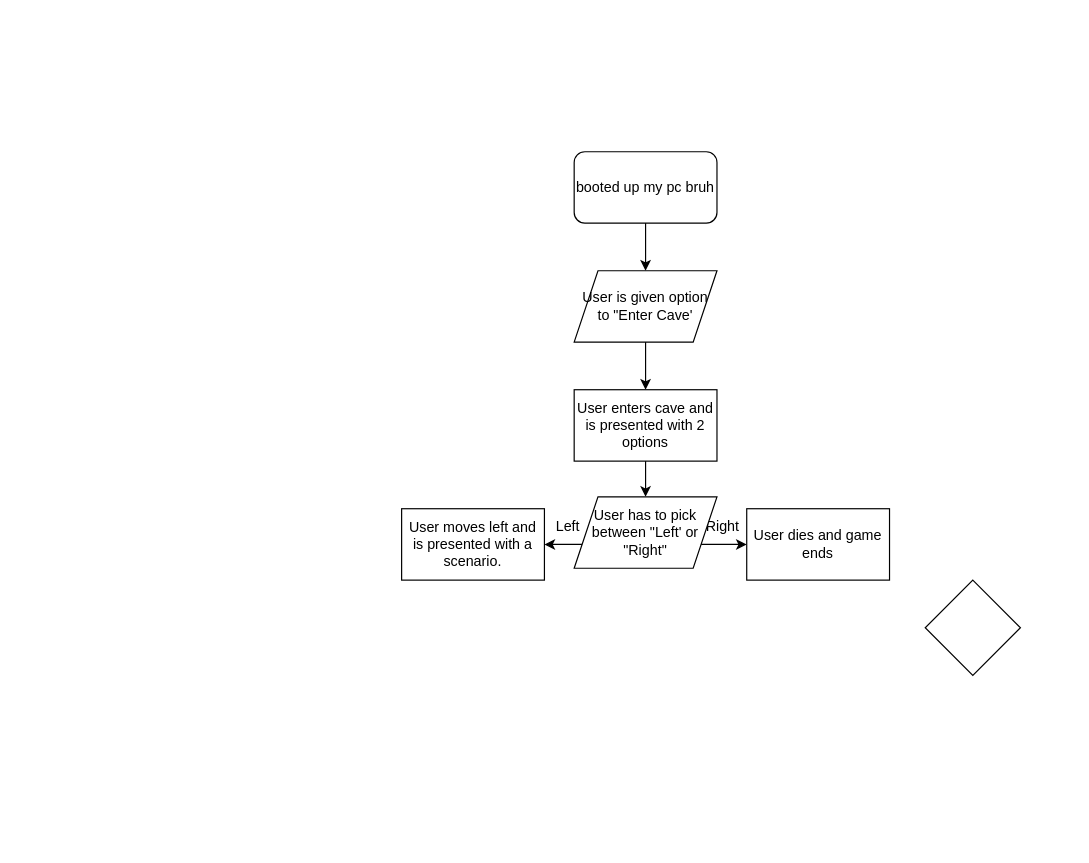
Earlier version of the draw.io diagram Untitled Diagram.drawio (staten-island-tech/api-project-TommyYu1557). Source tidied: cells renumbered, new cells numbered last; positions are measured from the earlier drawing's top-left corner, leaving out a move shared by most shapes. Both pictures are drawn from the tidied source at 119%, with x=0, y=0 at pixel (401, 151).
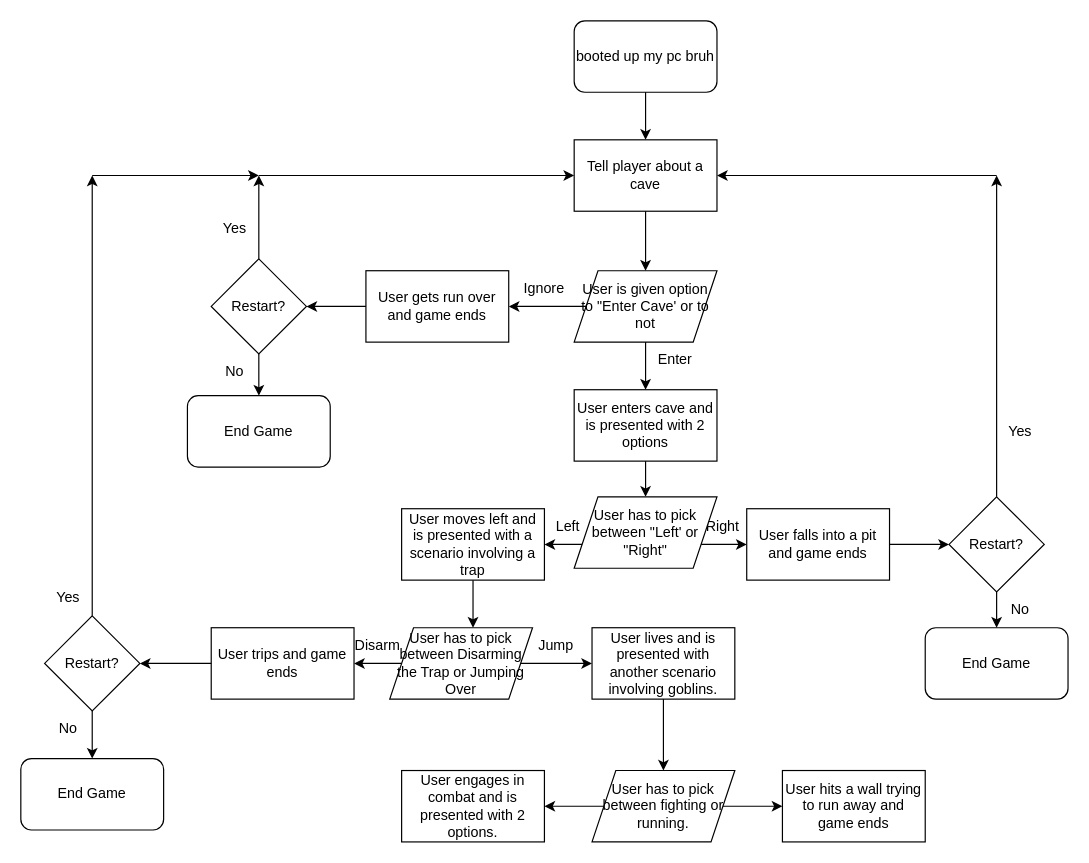
The same page after the edit.

The edit, as a diff of the source:
```diff
@@
     <mxCell id="2" value="booted up my pc bruh" style="rounded=1;whiteSpace=wrap;html=1;" parent="1" vertex="1">
-      <mxGeometry x="145" width="120" height="60" as="geometry" />
+      <mxGeometry x="145" y="-110" width="120" height="60" as="geometry" />
     </mxCell>
     <mxCell id="3" style="endArrow=classic;html=1;rounded=0;exitX=0.5;exitY=1;exitDx=0;exitDy=0;" parent="1" edge="1" source="2">
       <mxGeometry relative="1" as="geometry">
-        <mxPoint x="205" y="100" as="targetPoint" />
+        <mxPoint x="205" y="-10" as="targetPoint" />
       </mxGeometry>
     </mxCell>
-    <mxCell id="4" value="&lt;font style=&quot;font-size: 12px;&quot;&gt;User is given option to &quot;Enter Cave'&lt;/font&gt;" style="shape=parallelogram;perimeter=parallelogramPerimeter;whiteSpace=wrap;html=1;fixedSize=1;" parent="1" vertex="1">
+    <mxCell id="4" value="&lt;font style=&quot;font-size: 12px;&quot;&gt;User is given option to &quot;Enter Cave' or to not&lt;/font&gt;" style="shape=parallelogram;perimeter=parallelogramPerimeter;whiteSpace=wrap;html=1;fixedSize=1;" parent="1" vertex="1">
       <mxGeometry x="145" y="100" width="120" height="60" as="geometry" />
     </mxCell>
@@
-    <mxCell id="10" value="User moves left and is presented with a scenario." style="rounded=0;whiteSpace=wrap;html=1;" parent="1" vertex="1">
+    <mxCell id="10" value="User moves left and is presented with a scenario involving a trap" style="rounded=0;whiteSpace=wrap;html=1;" parent="1" vertex="1">
       <mxGeometry y="300" width="120" height="60" as="geometry" />
     </mxCell>
-    <mxCell id="11" value="User dies and game ends" style="rounded=0;whiteSpace=wrap;html=1;" parent="1" vertex="1">
+    <mxCell id="11" value="User falls into a pit and game ends" style="rounded=0;whiteSpace=wrap;html=1;" parent="1" vertex="1">
       <mxGeometry x="290" y="300" width="120" height="60" as="geometry" />
     </mxCell>
@@
-    <mxCell id="15" style="rhombus;whiteSpace=wrap;html=1;fontSize=12;" parent="1" vertex="1">
-      <mxGeometry x="440" y="360" width="80" height="80" as="geometry" />
+    <mxCell id="15" value="Restart?" style="rhombus;whiteSpace=wrap;html=1;fontSize=12;" parent="1" vertex="1">
+      <mxGeometry x="460" y="290" width="80" height="80" as="geometry" />
     </mxCell>
+    <mxCell id="16" style="endArrow=classic;html=1;rounded=0;fontSize=12;exitX=1;exitY=0.5;exitDx=0;exitDy=0;entryX=0;entryY=0.5;entryDx=0;entryDy=0;" parent="1" edge="1" source="11" target="15">
+      <mxGeometry relative="1" as="geometry" />
+    </mxCell>
+    <mxCell id="17" value="End Game" style="rounded=1;whiteSpace=wrap;html=1;fontSize=12;" parent="1" vertex="1">
+      <mxGeometry x="440" y="400" width="120" height="60" as="geometry" />
+    </mxCell>
+    <mxCell id="18" style="endArrow=classic;html=1;rounded=0;fontSize=12;exitX=0.5;exitY=1;exitDx=0;exitDy=0;entryX=0.5;entryY=0;entryDx=0;entryDy=0;" parent="1" edge="1" source="15" target="17">
+      <mxGeometry relative="1" as="geometry" />
+    </mxCell>
+    <mxCell id="19" value="Yes" style="text;html=1;strokeColor=none;fillColor=none;align=center;verticalAlign=middle;whiteSpace=wrap;rounded=0;fontSize=12;" parent="1" vertex="1">
+      <mxGeometry x="490" y="220" width="60" height="30" as="geometry" />
+    </mxCell>
+    <mxCell id="20" value="No" style="text;html=1;strokeColor=none;fillColor=none;align=center;verticalAlign=middle;whiteSpace=wrap;rounded=0;fontSize=12;" parent="1" vertex="1">
+      <mxGeometry x="490" y="370" width="60" height="30" as="geometry" />
+    </mxCell>
+    <mxCell id="21" value="Enter" style="text;html=1;strokeColor=none;fillColor=none;align=center;verticalAlign=middle;whiteSpace=wrap;rounded=0;fontSize=12;" parent="1" vertex="1">
+      <mxGeometry x="200" y="160" width="60" height="30" as="geometry" />
+    </mxCell>
+    <mxCell id="22" style="endArrow=classic;html=1;rounded=0;fontSize=12;exitX=0;exitY=0.5;exitDx=0;exitDy=0;" parent="1" edge="1" source="4">
+      <mxGeometry relative="1" as="geometry">
+        <mxPoint x="90" y="130" as="targetPoint" />
+      </mxGeometry>
+    </mxCell>
+    <mxCell id="23" value="Ignore" style="text;html=1;strokeColor=none;fillColor=none;align=center;verticalAlign=middle;whiteSpace=wrap;rounded=0;fontSize=12;" parent="1" vertex="1">
+      <mxGeometry x="90" y="100" width="60" height="30" as="geometry" />
+    </mxCell>
+    <mxCell id="24" value="User gets run over and game ends" style="rounded=0;whiteSpace=wrap;html=1;fontSize=12;" parent="1" vertex="1">
+      <mxGeometry x="-30" y="100" width="120" height="60" as="geometry" />
+    </mxCell>
+    <mxCell id="25" style="endArrow=classic;html=1;rounded=0;fontSize=12;exitX=0;exitY=0.5;exitDx=0;exitDy=0;" parent="1" edge="1" source="24">
+      <mxGeometry relative="1" as="geometry">
+        <mxPoint x="-80" y="130" as="targetPoint" />
+      </mxGeometry>
+    </mxCell>
+    <mxCell id="26" value="Restart?" style="rhombus;whiteSpace=wrap;html=1;fontSize=12;" parent="1" vertex="1">
+      <mxGeometry x="-160" y="90" width="80" height="80" as="geometry" />
+    </mxCell>
+    <mxCell id="27" value="Tell player about a cave" style="rounded=0;whiteSpace=wrap;html=1;fontSize=12;" parent="1" vertex="1">
+      <mxGeometry x="145" y="-10" width="120" height="60" as="geometry" />
+    </mxCell>
+    <mxCell id="28" style="endArrow=classic;html=1;rounded=0;fontSize=12;exitX=0.5;exitY=1;exitDx=0;exitDy=0;entryX=0.5;entryY=0;entryDx=0;entryDy=0;" parent="1" edge="1" source="27" target="4">
+      <mxGeometry relative="1" as="geometry" />
+    </mxCell>
+    <mxCell id="29" style="endArrow=classic;html=1;rounded=0;fontSize=12;exitX=0.5;exitY=0;exitDx=0;exitDy=0;" parent="1" edge="1" source="15">
+      <mxGeometry relative="1" as="geometry">
+        <mxPoint x="500" y="20" as="targetPoint" />
+      </mxGeometry>
+    </mxCell>
+    <mxCell id="30" style="endArrow=classic;html=1;rounded=0;fontSize=12;entryX=1;entryY=0.5;entryDx=0;entryDy=0;" parent="1" edge="1" target="27">
+      <mxGeometry relative="1" as="geometry">
+        <mxPoint x="500" y="20" as="sourcePoint" />
+      </mxGeometry>
+    </mxCell>
+    <mxCell id="31" style="endArrow=classic;html=1;rounded=0;fontSize=12;exitX=0.5;exitY=0;exitDx=0;exitDy=0;" parent="1" edge="1" source="26">
+      <mxGeometry relative="1" as="geometry">
+        <mxPoint x="-120" y="20" as="targetPoint" />
+      </mxGeometry>
+    </mxCell>
+    <mxCell id="32" style="endArrow=classic;html=1;rounded=0;fontSize=12;entryX=0;entryY=0.5;entryDx=0;entryDy=0;" parent="1" edge="1" target="27">
+      <mxGeometry relative="1" as="geometry">
+        <mxPoint x="-120" y="20" as="sourcePoint" />
+      </mxGeometry>
+    </mxCell>
+    <mxCell id="33" value="End Game" style="rounded=1;whiteSpace=wrap;html=1;fontSize=12;" parent="1" vertex="1">
+      <mxGeometry x="-180" y="205" width="120" height="60" as="geometry" />
+    </mxCell>
+    <mxCell id="34" style="endArrow=classic;html=1;rounded=0;fontSize=12;exitX=0.5;exitY=1;exitDx=0;exitDy=0;entryX=0.5;entryY=0;entryDx=0;entryDy=0;" parent="1" edge="1" source="26" target="33">
+      <mxGeometry relative="1" as="geometry" />
+    </mxCell>
+    <mxCell id="35" value="Yes" style="text;html=1;strokeColor=none;fillColor=none;align=center;verticalAlign=middle;whiteSpace=wrap;rounded=0;fontSize=12;" parent="1" vertex="1">
+      <mxGeometry x="-170" y="50" width="60" height="30" as="geometry" />
+    </mxCell>
+    <mxCell id="36" value="No" style="text;html=1;strokeColor=none;fillColor=none;align=center;verticalAlign=middle;whiteSpace=wrap;rounded=0;fontSize=12;" parent="1" vertex="1">
+      <mxGeometry x="-170" y="170" width="60" height="30" as="geometry" />
+    </mxCell>
+    <mxCell id="37" value="User has to pick between Disarming the Trap or Jumping Over" style="shape=parallelogram;perimeter=parallelogramPerimeter;whiteSpace=wrap;html=1;fixedSize=1;fontSize=12;" parent="1" vertex="1">
+      <mxGeometry x="-10" y="400" width="120" height="60" as="geometry" />
+    </mxCell>
+    <mxCell id="38" style="endArrow=classic;html=1;rounded=0;fontSize=12;exitX=0.5;exitY=1;exitDx=0;exitDy=0;" parent="1" edge="1" source="10">
+      <mxGeometry relative="1" as="geometry">
+        <mxPoint x="60" y="400" as="targetPoint" />
+      </mxGeometry>
+    </mxCell>
+    <mxCell id="39" style="endArrow=classic;html=1;rounded=0;fontSize=12;exitX=1;exitY=0.5;exitDx=0;exitDy=0;" parent="1" edge="1" source="37">
+      <mxGeometry relative="1" as="geometry">
+        <mxPoint x="160" y="430" as="targetPoint" />
+      </mxGeometry>
+    </mxCell>
+    <mxCell id="40" value="User lives and is presented with another scenario involving goblins." style="rounded=0;whiteSpace=wrap;html=1;fontSize=12;" parent="1" vertex="1">
+      <mxGeometry x="160" y="400" width="120" height="60" as="geometry" />
+    </mxCell>
+    <mxCell id="41" style="endArrow=classic;html=1;rounded=0;fontSize=12;exitX=0;exitY=0.5;exitDx=0;exitDy=0;entryX=1;entryY=0.5;entryDx=0;entryDy=0;" parent="1" edge="1" source="37" target="42">
+      <mxGeometry relative="1" as="geometry" />
+    </mxCell>
+    <mxCell id="42" value="User trips and game ends" style="rounded=0;whiteSpace=wrap;html=1;fontSize=12;" parent="1" vertex="1">
+      <mxGeometry x="-160" y="400" width="120" height="60" as="geometry" />
+    </mxCell>
+    <mxCell id="43" value="Jump" style="text;html=1;strokeColor=none;fillColor=none;align=center;verticalAlign=middle;whiteSpace=wrap;rounded=0;fontSize=12;" parent="1" vertex="1">
+      <mxGeometry x="100" y="400" width="60" height="30" as="geometry" />
+    </mxCell>
+    <mxCell id="44" value="Disarm" style="text;html=1;strokeColor=none;fillColor=none;align=center;verticalAlign=middle;whiteSpace=wrap;rounded=0;fontSize=12;" parent="1" vertex="1">
+      <mxGeometry x="-50" y="400" width="60" height="30" as="geometry" />
+    </mxCell>
+    <mxCell id="45" style="endArrow=classic;html=1;rounded=0;fontSize=12;exitX=0;exitY=0.5;exitDx=0;exitDy=0;" parent="1" edge="1" source="42">
+      <mxGeometry relative="1" as="geometry">
+        <mxPoint x="-220" y="430" as="targetPoint" />
+      </mxGeometry>
+    </mxCell>
+    <mxCell id="46" value="Restart?" style="rhombus;whiteSpace=wrap;html=1;fontSize=12;" parent="1" vertex="1">
+      <mxGeometry x="-300" y="390" width="80" height="80" as="geometry" />
+    </mxCell>
+    <mxCell id="47" value="End Game" style="rounded=1;whiteSpace=wrap;html=1;fontSize=12;" parent="1" vertex="1">
+      <mxGeometry x="-320" y="510" width="120" height="60" as="geometry" />
+    </mxCell>
+    <mxCell id="48" style="endArrow=classic;html=1;rounded=0;fontSize=12;exitX=0.5;exitY=1;exitDx=0;exitDy=0;entryX=0.5;entryY=0;entryDx=0;entryDy=0;" parent="1" edge="1" source="46" target="47">
+      <mxGeometry relative="1" as="geometry" />
+    </mxCell>
+    <mxCell id="49" style="endArrow=classic;html=1;rounded=0;fontSize=12;exitX=0.5;exitY=0;exitDx=0;exitDy=0;" parent="1" edge="1" source="46">
+      <mxGeometry relative="1" as="geometry">
+        <mxPoint x="-260" y="20" as="targetPoint" />
+      </mxGeometry>
+    </mxCell>
+    <mxCell id="50" style="endArrow=classic;html=1;rounded=0;fontSize=12;" parent="1" edge="1">
+      <mxGeometry relative="1" as="geometry">
+        <mxPoint x="-260" y="20" as="sourcePoint" />
+        <mxPoint x="-120" y="20" as="targetPoint" />
+      </mxGeometry>
+    </mxCell>
+    <mxCell id="51" value="Yes" style="text;html=1;strokeColor=none;fillColor=none;align=center;verticalAlign=middle;whiteSpace=wrap;rounded=0;fontSize=12;" parent="1" vertex="1">
+      <mxGeometry x="-310" y="360" width="60" height="30" as="geometry" />
+    </mxCell>
+    <mxCell id="52" value="No" style="text;html=1;strokeColor=none;fillColor=none;align=center;verticalAlign=middle;whiteSpace=wrap;rounded=0;fontSize=12;" parent="1" vertex="1">
+      <mxGeometry x="-310" y="470" width="60" height="30" as="geometry" />
+    </mxCell>
+    <mxCell id="53" value="User has to pick between fighting or running." style="shape=parallelogram;perimeter=parallelogramPerimeter;whiteSpace=wrap;html=1;fixedSize=1;fontSize=12;" parent="1" vertex="1">
+      <mxGeometry x="160" y="520" width="120" height="60" as="geometry" />
+    </mxCell>
+    <mxCell id="54" style="endArrow=classic;html=1;rounded=0;fontSize=12;exitX=0.5;exitY=1;exitDx=0;exitDy=0;entryX=0.5;entryY=0;entryDx=0;entryDy=0;" parent="1" edge="1" source="40" target="53">
+      <mxGeometry relative="1" as="geometry" />
+    </mxCell>
+    <mxCell id="55" value="User hits a wall trying to run away and game ends" style="rounded=0;whiteSpace=wrap;html=1;fontSize=12;" parent="1" vertex="1">
+      <mxGeometry x="320" y="520" width="120" height="60" as="geometry" />
+    </mxCell>
+    <mxCell id="56" value="User engages in combat and is presented with 2 options." style="rounded=0;whiteSpace=wrap;html=1;fontSize=12;" parent="1" vertex="1">
+      <mxGeometry y="520" width="120" height="60" as="geometry" />
+    </mxCell>
+    <mxCell id="57" style="endArrow=classic;html=1;rounded=0;fontSize=12;exitX=1;exitY=0.5;exitDx=0;exitDy=0;entryX=0;entryY=0.5;entryDx=0;entryDy=0;" parent="1" edge="1" source="53" target="55">
+      <mxGeometry relative="1" as="geometry" />
+    </mxCell>
+    <mxCell id="58" style="endArrow=classic;html=1;rounded=0;fontSize=12;exitX=0;exitY=0.5;exitDx=0;exitDy=0;entryX=1;entryY=0.5;entryDx=0;entryDy=0;" parent="1" edge="1" source="53" target="56">
+      <mxGeometry relative="1" as="geometry" />
+    </mxCell>
```
